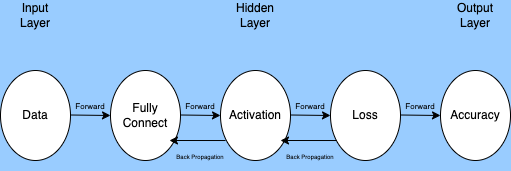
The draw.io diagram TestResultGraph/NN Flowchart.drawio.png in HarryDYC/OCR, before a commit. Source tidied: cells renumbered, new cells last; positions are measured from the earlier drawing's top-left corner, leaving out a move shared by most shapes.
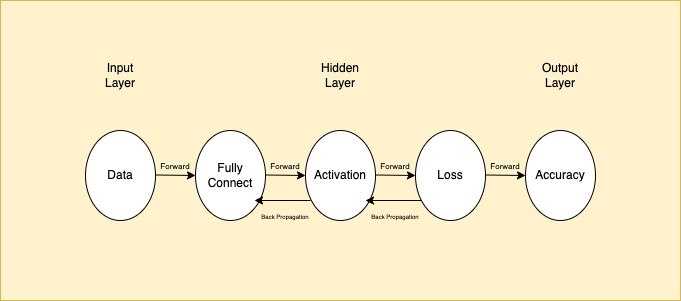
Later version of the same file.

The edit, as a diff of the source:
```diff
@@ -1,7 +1,10 @@
-<mxGraphModel background="#99CCFF">
+<mxGraphModel background="#FFFFFF">
   <root>
     <mxCell id="0" />
     <mxCell id="1" parent="0" />
+    <mxCell id="27" style="rounded=0;whiteSpace=wrap;html=1;fontSize=6;fillColor=#fff2cc;strokeColor=#d6b656;" parent="1" vertex="1">
+      <mxGeometry x="-85" y="-60" width="680" height="300" as="geometry" />
+    </mxCell>
     <mxCell id="2" style="ellipse;whiteSpace=wrap;html=1;" parent="1" vertex="1">
       <mxGeometry y="70" width="70" height="90" as="geometry" />
     </mxCell>
```
